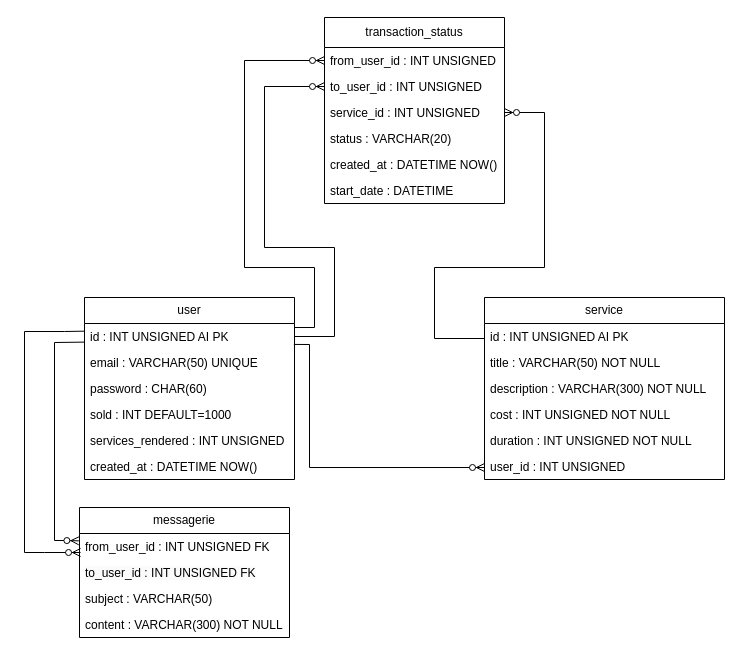
Earlier version of the draw.io diagram Infos/Schemas_DB/3w_services_UML.drawio (SdevWeb7/3wa_services). Source tidied: cells renumbered, new cells numbered last; positions are measured from the earlier drawing's top-left corner, leaving out a move shared by most shapes. Both pictures are drawn from the tidied source at 100%, with x=0, y=0 at pixel (24, 17).
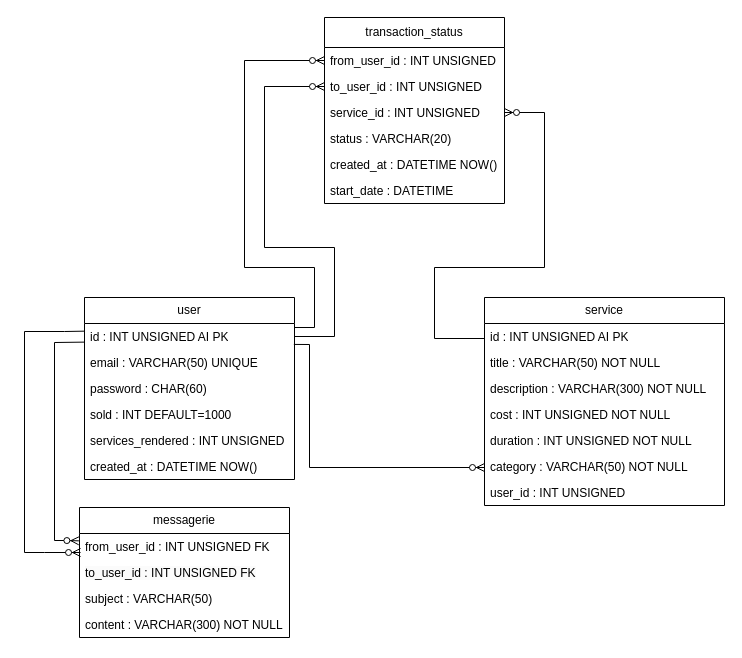
The same diagram, later.

Change to the diagram source:
```diff
@@
     <mxCell id="9" value="service" style="swimlane;fontStyle=0;horizontal=1;startSize=26;fillColor=none;whiteSpace=wrap;html=1;" parent="1" vertex="1">
-      <mxGeometry x="460" y="280" width="240" height="182" as="geometry" />
+      <mxGeometry x="460" y="280" width="240" height="208" as="geometry" />
     </mxCell>
@@
-    <mxCell id="15" value="user_id : INT UNSIGNED" style="text;strokeColor=none;fillColor=none;align=left;verticalAlign=top;spacingLeft=4;spacingRight=4;overflow=hidden;whiteSpace=wrap;html=1;" parent="9" vertex="1">
+    <mxCell id="15" value="category : VARCHAR(50) NOT NULL" style="text;strokeColor=none;fillColor=none;align=left;verticalAlign=top;spacingLeft=4;spacingRight=4;overflow=hidden;whiteSpace=wrap;html=1;" parent="9" vertex="1">
       <mxGeometry y="156" width="240" height="26" as="geometry" />
     </mxCell>
+    <mxCell id="34" value="user_id : INT UNSIGNED" style="text;strokeColor=none;fillColor=none;align=left;verticalAlign=top;spacingLeft=4;spacingRight=4;overflow=hidden;whiteSpace=wrap;html=1;" parent="9" vertex="1">
+      <mxGeometry y="182" width="240" height="26" as="geometry" />
+    </mxCell>
```
